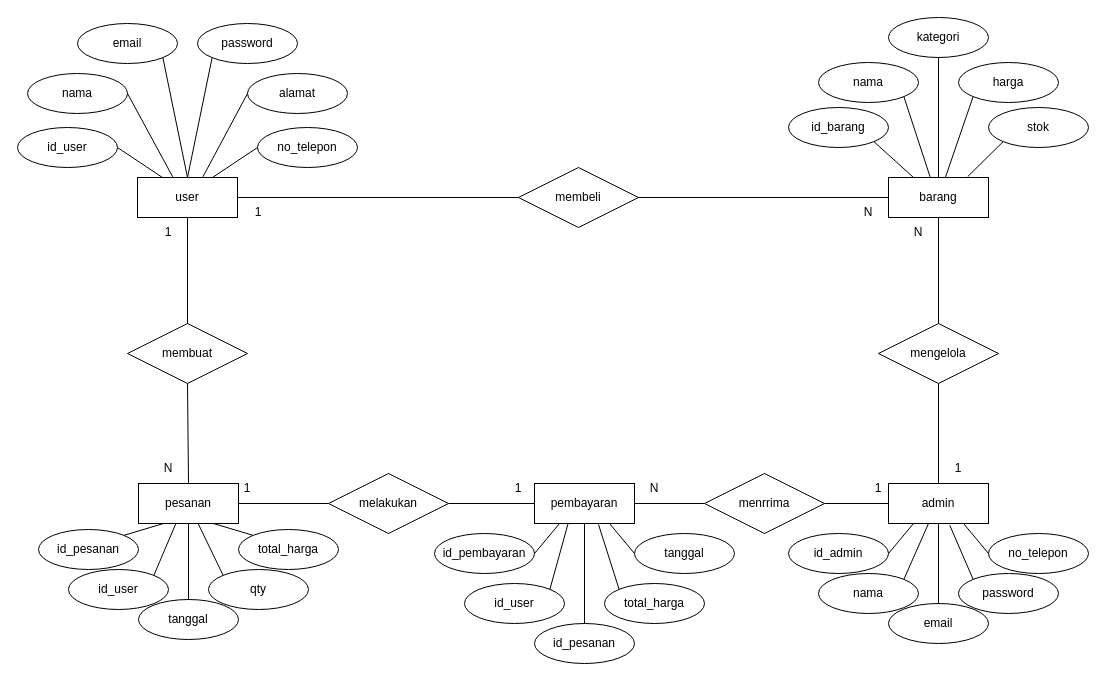
zerocode0806/Flowchart-E-Comerce-Elektronik keeps this draw.io diagram as ERD-Ecommerce-Elektronik.drawio. Above is the earlier version. Source tidied: cells renumbered, new cells numbered last; positions are measured from the earlier drawing's top-left corner, leaving out a move shared by most shapes. Both pictures are drawn from the tidied source at 100%, with x=0, y=0 at pixel (17, 17).
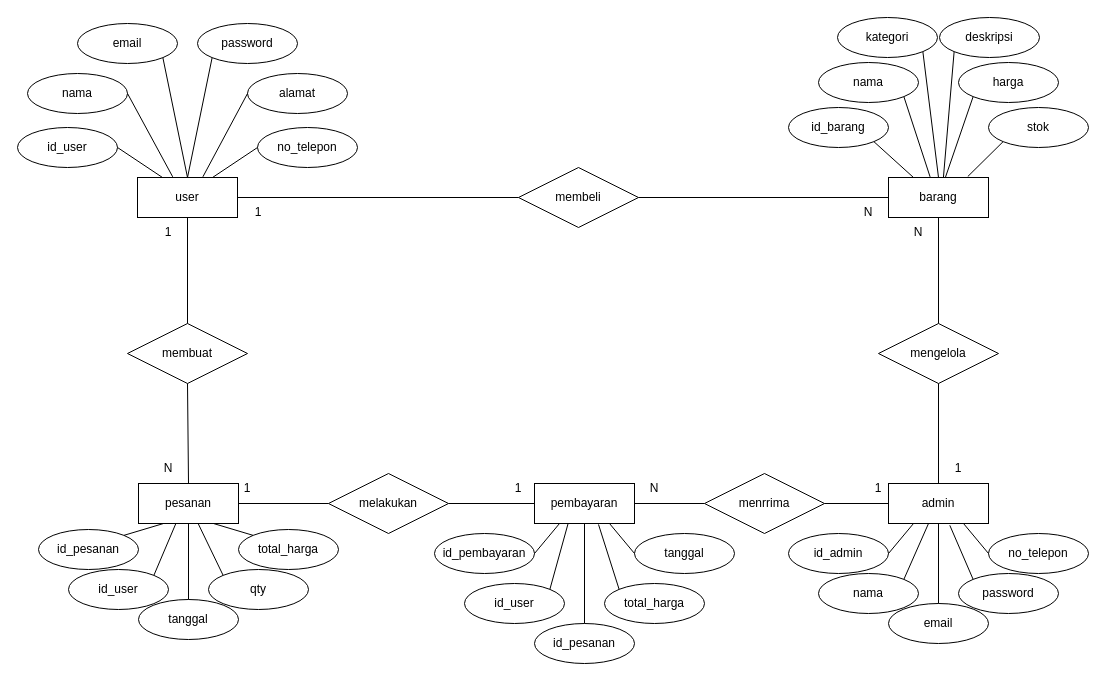
After the change.

The change refers to these unchanged cells:
```xml
<mxCell id="39" value="barang" style="whiteSpace=wrap;html=1;align=center;" parent="1" vertex="1">
  <mxGeometry x="871" y="160" width="100" height="40" as="geometry" />
</mxCell>
```

Change to the diagram source:
```diff
@@
     <mxCell id="43" value="kategori" style="ellipse;whiteSpace=wrap;html=1;align=center;" parent="1" vertex="1">
-      <mxGeometry x="871" width="100" height="40" as="geometry" />
+      <mxGeometry x="820" width="100" height="40" as="geometry" />
     </mxCell>
@@
-    <mxCell id="45" style="endArrow=none;html=1;rounded=0;exitX=0.5;exitY=1;exitDx=0;exitDy=0;entryX=0.5;entryY=0;entryDx=0;entryDy=0;" parent="1" edge="1" source="43" target="39">
-      <mxGeometry relative="1" as="geometry" />
-    </mxCell>
@@
+    <mxCell id="84" value="deskripsi" style="ellipse;whiteSpace=wrap;html=1;align=center;" parent="1" vertex="1">
+      <mxGeometry x="922" width="100" height="40" as="geometry" />
+    </mxCell>
+    <mxCell id="85" style="endArrow=none;html=1;rounded=0;exitX=0;exitY=1;exitDx=0;exitDy=0;entryX=0.549;entryY=0.007;entryDx=0;entryDy=0;entryPerimeter=0;" parent="1" edge="1" source="84" target="39">
+      <mxGeometry relative="1" as="geometry" />
+    </mxCell>
+    <mxCell id="45" style="endArrow=none;html=1;rounded=0;exitX=1;exitY=1;exitDx=0;exitDy=0;entryX=0.5;entryY=0;entryDx=0;entryDy=0;" parent="1" edge="1" source="43" target="39">
+      <mxGeometry relative="1" as="geometry" />
+    </mxCell>
```
